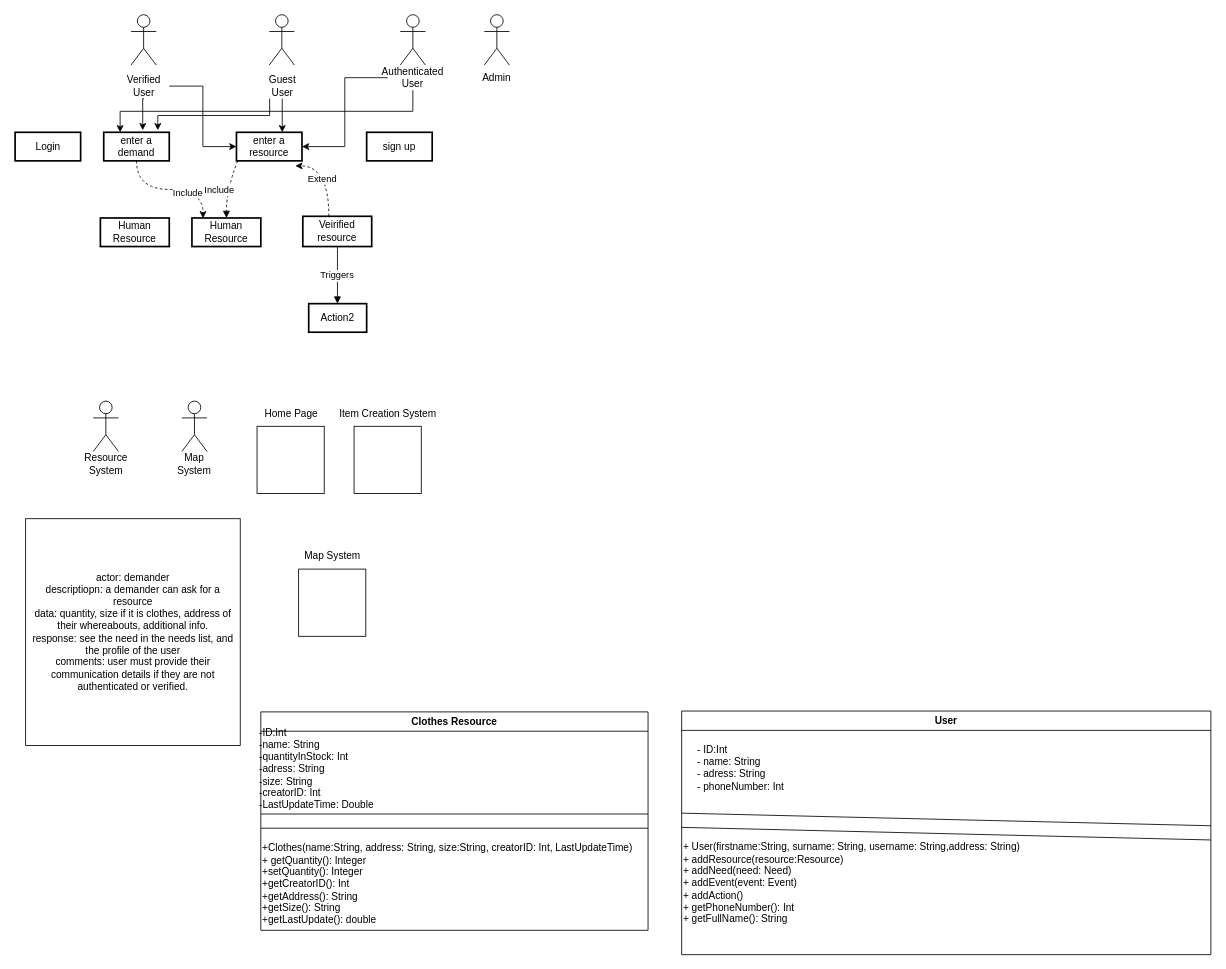
bounswe/bounswe2023group2 keeps this draw.io diagram as page "BegumDraft" (6 of 6) of UMLDiagrams/DR_UseCasesUML.drawio. Above is the earlier version. Source tidied: cells renumbered, new cells numbered last; positions are measured from the earlier drawing's top-left corner, leaving out a move shared by most shapes. Both pictures are drawn from the tidied source at 84%, with x=0, y=0 at pixel (14, 14).
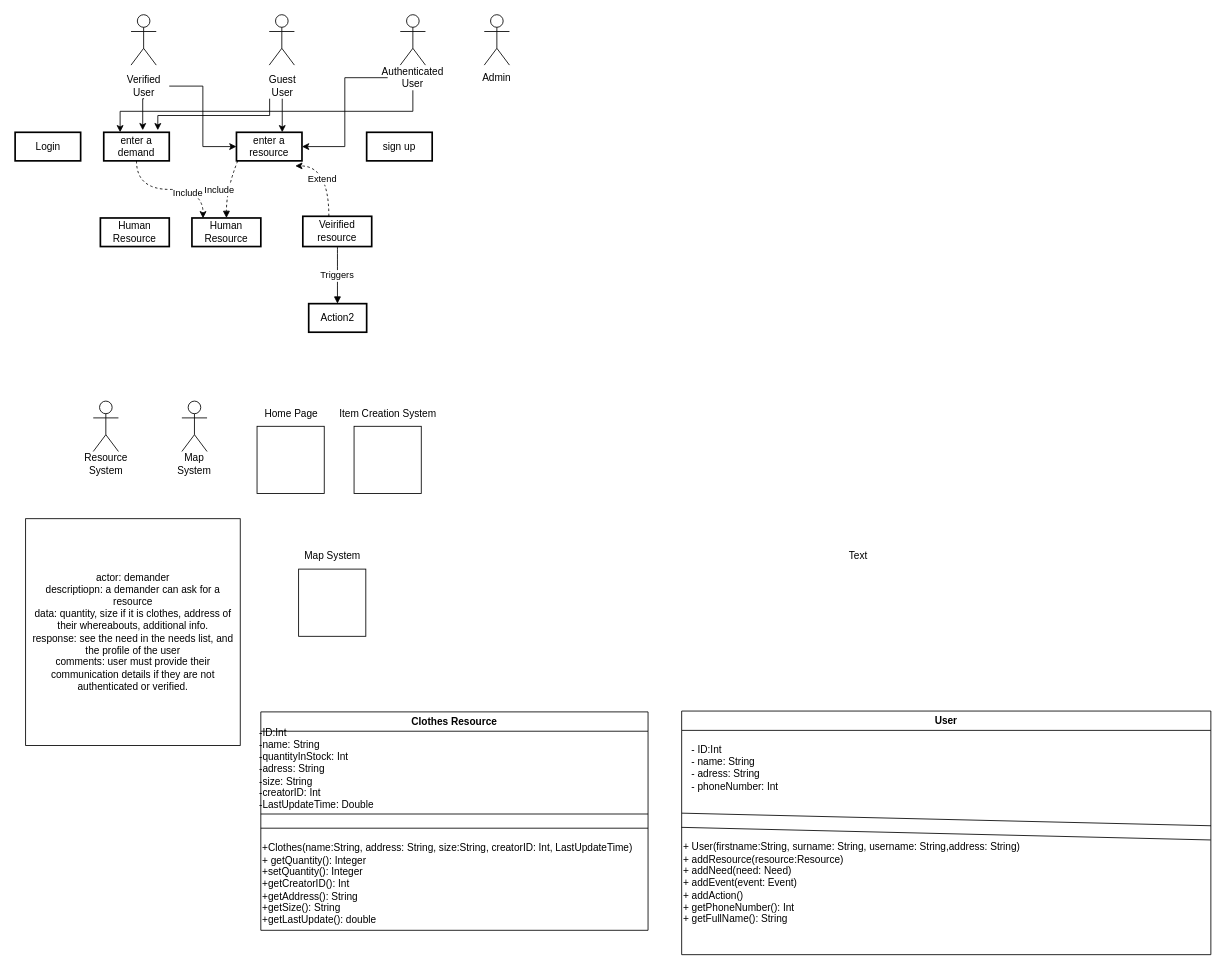
Above is the later version.

Commit message:
some of the text is left aligned

The change refers to these unchanged cells:
```xml
<mxCell id="45" value="User" style="swimlane;whiteSpace=wrap;html=1;" parent="1" vertex="1">
  <mxGeometry x="794" y="829" width="630" height="290" as="geometry" />
</mxCell>
```

The edit, as a diff of the source:
```diff
@@
-    <mxCell id="48" value="&lt;div style=&quot;text-align: left;&quot;&gt;&lt;span style=&quot;font-size: 12px;&quot;&gt;- ID:Int&lt;/span&gt;&lt;/div&gt;&lt;div style=&quot;text-align: left;&quot;&gt;&lt;span style=&quot;font-size: 12px;&quot;&gt;- name: String&lt;/span&gt;&lt;/div&gt;&lt;div style=&quot;text-align: left;&quot;&gt;&lt;span style=&quot;font-size: 12px;&quot;&gt;- adress: String&lt;/span&gt;&lt;/div&gt;&lt;div style=&quot;text-align: left;&quot;&gt;&lt;span style=&quot;font-size: 12px;&quot;&gt;- phoneNumber: Int&lt;/span&gt;&lt;/div&gt;&lt;div style=&quot;&quot;&gt;&lt;br&gt;&lt;/div&gt;" style="text;html=1;align=center;verticalAlign=middle;strokeColor=none;fillColor=none;" parent="1" vertex="1">
-      <mxGeometry x="774" y="849" width="180" height="110" as="geometry" />
+    <mxCell id="48" value="&lt;div style=&quot;&quot;&gt;&lt;span style=&quot;font-size: 12px;&quot;&gt;- ID:Int&lt;/span&gt;&lt;/div&gt;&lt;div style=&quot;&quot;&gt;&lt;span style=&quot;font-size: 12px;&quot;&gt;- name: String&lt;/span&gt;&lt;/div&gt;&lt;div style=&quot;&quot;&gt;&lt;span style=&quot;font-size: 12px;&quot;&gt;- adress: String&lt;/span&gt;&lt;/div&gt;&lt;div style=&quot;&quot;&gt;&lt;span style=&quot;font-size: 12px;&quot;&gt;- phoneNumber: Int&lt;/span&gt;&lt;/div&gt;&lt;div style=&quot;&quot;&gt;&lt;br&gt;&lt;/div&gt;" style="text;html=1;align=left;verticalAlign=middle;strokeColor=none;fillColor=none;" parent="45" vertex="1">
+      <mxGeometry x="10" y="20" width="180" height="110" as="geometry" />
     </mxCell>
+    <mxCell id="49" value="Text" style="text;html=1;align=center;verticalAlign=middle;strokeColor=none;fillColor=none;" parent="1" vertex="1">
+      <mxGeometry x="974" y="630" width="60" height="30" as="geometry" />
+    </mxCell>
```
